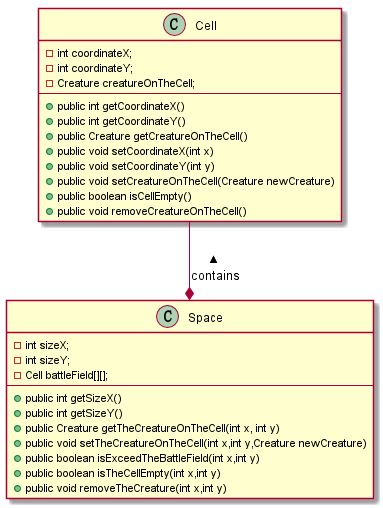
jijihuang/javamarkdownimage keeps this PlantUML diagram as spaceUML.png. Above is the earlier version.
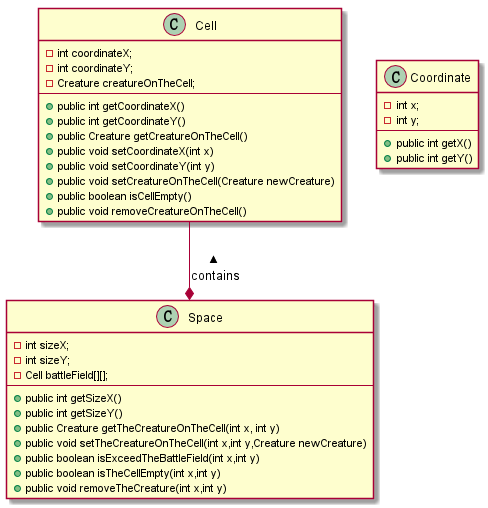
After the commit.

What changed in the source:
```diff
@@ -30,6 +30,14 @@
     + public void removeTheCreature(int x,int y)
 }
 
+class Coordinate{
+    - int x;
+    - int y;
+    --
+    + public int getX()
+    + public int getY()
+}
+
 Space *-up- Cell :contains >
 
 
```
